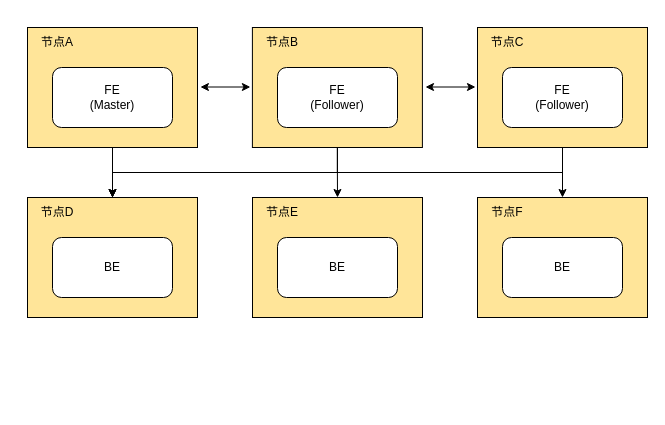
This is Doris部署方案-方案一.drawio from shaozc3g/draw_io, a draw.io file, before an edit. Source tidied: cells renumbered, new cells numbered last; positions are measured from the earlier drawing's top-left corner, leaving out a move shared by most shapes. Both pictures are drawn from the tidied source at 100%, with x=0, y=0 at pixel (27, 27).
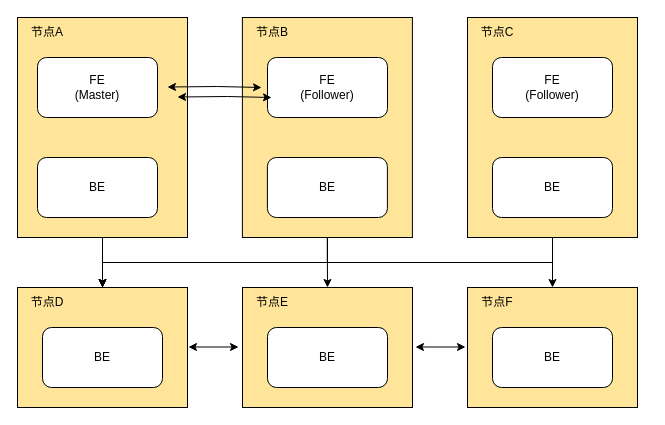
The same page after the edit.

Commit message (it also covers changes not shown here):
更新Doris部署方案-方案一.drawio

What changed in the source:
```diff
@@
     <mxCell id="3" style="rounded=0;whiteSpace=wrap;html=1;fillColor=#FFE599;" parent="1" vertex="1">
-      <mxGeometry width="170" height="120" as="geometry" />
+      <mxGeometry x="-10" y="-10" width="170" height="220" as="geometry" />
     </mxCell>
@@
     <mxCell id="6" style="rounded=0;whiteSpace=wrap;html=1;fillColor=#FFE599;" parent="1" vertex="1">
-      <mxGeometry x="224.9" width="170" height="120" as="geometry" />
+      <mxGeometry x="214.9" y="-10" width="170" height="220" as="geometry" />
     </mxCell>
@@
     <mxCell id="9" style="rounded=0;whiteSpace=wrap;html=1;fillColor=#FFE599;" parent="1" vertex="1">
-      <mxGeometry x="450" width="170" height="120" as="geometry" />
+      <mxGeometry x="440" y="-10" width="170" height="220" as="geometry" />
     </mxCell>
     <mxCell id="10" style="rounded=0;whiteSpace=wrap;html=1;fillColor=#FFE599;" parent="1" vertex="1">
-      <mxGeometry y="170" width="170" height="120" as="geometry" />
+      <mxGeometry x="-10" y="260" width="170" height="120" as="geometry" />
     </mxCell>
     <mxCell id="11" style="rounded=0;whiteSpace=wrap;html=1;fillColor=#FFE599;" parent="1" vertex="1">
-      <mxGeometry x="225" y="170" width="170" height="120" as="geometry" />
+      <mxGeometry x="215" y="260" width="170" height="120" as="geometry" />
     </mxCell>
     <mxCell id="12" style="rounded=0;whiteSpace=wrap;html=1;fillColor=#FFE599;" parent="1" vertex="1">
-      <mxGeometry x="450" y="170" width="170" height="120" as="geometry" />
+      <mxGeometry x="440" y="260" width="170" height="120" as="geometry" />
     </mxCell>
     <mxCell id="13" value="节点A" style="text;html=1;align=center;verticalAlign=middle;whiteSpace=wrap;rounded=0;" parent="1" vertex="1">
-      <mxGeometry width="60" height="30" as="geometry" />
+      <mxGeometry x="-10" y="-10" width="60" height="30" as="geometry" />
     </mxCell>
     <mxCell id="14" value="节点B" style="text;html=1;align=center;verticalAlign=middle;whiteSpace=wrap;rounded=0;" parent="1" vertex="1">
-      <mxGeometry x="224.9" width="60" height="30" as="geometry" />
+      <mxGeometry x="214.9" y="-10" width="60" height="30" as="geometry" />
     </mxCell>
     <mxCell id="15" value="节点C" style="text;html=1;align=center;verticalAlign=middle;whiteSpace=wrap;rounded=0;" parent="1" vertex="1">
-      <mxGeometry x="450" width="60" height="30" as="geometry" />
+      <mxGeometry x="440" y="-10" width="60" height="30" as="geometry" />
     </mxCell>
     <mxCell id="16" value="节点D" style="text;html=1;align=center;verticalAlign=middle;whiteSpace=wrap;rounded=0;" parent="1" vertex="1">
-      <mxGeometry y="170" width="60" height="30" as="geometry" />
+      <mxGeometry x="-10" y="260" width="60" height="30" as="geometry" />
     </mxCell>
     <mxCell id="17" value="节点E" style="text;html=1;align=center;verticalAlign=middle;whiteSpace=wrap;rounded=0;" parent="1" vertex="1">
-      <mxGeometry x="225" y="170" width="60" height="30" as="geometry" />
+      <mxGeometry x="215" y="260" width="60" height="30" as="geometry" />
     </mxCell>
     <mxCell id="18" value="节点F" style="text;html=1;align=center;verticalAlign=middle;whiteSpace=wrap;rounded=0;" parent="1" vertex="1">
-      <mxGeometry x="450" y="170" width="60" height="30" as="geometry" />
+      <mxGeometry x="440" y="260" width="60" height="30" as="geometry" />
     </mxCell>
     <mxCell id="19" value="FE&lt;div&gt;(Master)&lt;/div&gt;" style="rounded=1;whiteSpace=wrap;html=1;" parent="1" vertex="1">
-      <mxGeometry x="25" y="40" width="120" height="60" as="geometry" />
+      <mxGeometry x="10" y="30" width="120" height="60" as="geometry" />
     </mxCell>
     <mxCell id="20" value="FE&lt;div&gt;(Follower)&lt;/div&gt;" style="rounded=1;whiteSpace=wrap;html=1;" parent="1" vertex="1">
-      <mxGeometry x="250" y="40" width="120" height="60" as="geometry" />
+      <mxGeometry x="240" y="30" width="120" height="60" as="geometry" />
     </mxCell>
     <mxCell id="21" value="FE&lt;div&gt;(Follower)&lt;/div&gt;" style="rounded=1;whiteSpace=wrap;html=1;" parent="1" vertex="1">
-      <mxGeometry x="475" y="40" width="120" height="60" as="geometry" />
+      <mxGeometry x="465" y="30" width="120" height="60" as="geometry" />
     </mxCell>
     <mxCell id="22" value="BE" style="rounded=1;whiteSpace=wrap;html=1;" parent="1" vertex="1">
-      <mxGeometry x="25" y="210" width="120" height="60" as="geometry" />
+      <mxGeometry x="15" y="300" width="120" height="60" as="geometry" />
     </mxCell>
     <mxCell id="23" value="BE" style="rounded=1;whiteSpace=wrap;html=1;" parent="1" vertex="1">
-      <mxGeometry x="250" y="210" width="120" height="60" as="geometry" />
+      <mxGeometry x="240" y="300" width="120" height="60" as="geometry" />
     </mxCell>
     <mxCell id="24" value="BE" style="rounded=1;whiteSpace=wrap;html=1;" parent="1" vertex="1">
-      <mxGeometry x="475" y="210" width="120" height="60" as="geometry" />
+      <mxGeometry x="465" y="300" width="120" height="60" as="geometry" />
     </mxCell>
-    <mxCell id="25" style="endArrow=classic;startArrow=classic;html=1;rounded=0;" parent="1" edge="1">
-      <mxGeometry relative="1" as="geometry">
-        <mxPoint x="172.9" y="59.5" as="sourcePoint" />
-        <mxPoint x="222.9" y="59.5" as="targetPoint" />
-      </mxGeometry>
-    </mxCell>
-    <mxCell id="26" style="endArrow=classic;startArrow=classic;html=1;rounded=0;" parent="1" edge="1">
-      <mxGeometry relative="1" as="geometry">
-        <mxPoint x="398" y="59.5" as="sourcePoint" />
-        <mxPoint x="448" y="59.5" as="targetPoint" />
-      </mxGeometry>
-    </mxCell>
+    <mxCell id="27" style="endArrow=classic;startArrow=classic;html=1;rounded=0;" parent="1" edge="1">
+      <mxGeometry relative="1" as="geometry">
+        <mxPoint x="161" y="319.5" as="sourcePoint" />
+        <mxPoint x="211" y="319.5" as="targetPoint" />
+      </mxGeometry>
+    </mxCell>
+    <mxCell id="28" style="endArrow=classic;startArrow=classic;html=1;rounded=0;" parent="1" edge="1">
+      <mxGeometry relative="1" as="geometry">
+        <mxPoint x="388" y="319.5" as="sourcePoint" />
+        <mxPoint x="438" y="319.5" as="targetPoint" />
+      </mxGeometry>
+    </mxCell>
+    <mxCell id="29" value="BE" style="rounded=1;whiteSpace=wrap;html=1;" parent="1" vertex="1">
+      <mxGeometry x="10" y="130" width="120" height="60" as="geometry" />
+    </mxCell>
+    <mxCell id="30" value="BE" style="rounded=1;whiteSpace=wrap;html=1;" parent="1" vertex="1">
+      <mxGeometry x="239.9" y="130" width="120" height="60" as="geometry" />
+    </mxCell>
+    <mxCell id="31" value="BE" style="rounded=1;whiteSpace=wrap;html=1;" parent="1" vertex="1">
+      <mxGeometry x="465" y="130" width="120" height="60" as="geometry" />
+    </mxCell>
+    <mxCell id="32" style="endArrow=classic;startArrow=classic;html=1;rounded=0;entryX=0;entryY=0.5;entryDx=0;entryDy=0;" parent="1" edge="1">
+      <mxGeometry relative="1" as="geometry">
+        <mxPoint x="140" y="59.5" as="sourcePoint" />
+        <mxPoint x="234" y="60" as="targetPoint" />
+        <Array as="points">
+          <mxPoint x="190" y="59" />
+        </Array>
+      </mxGeometry>
+    </mxCell>
+    <mxCell id="33" style="endArrow=classic;startArrow=classic;html=1;rounded=0;entryX=0;entryY=0.5;entryDx=0;entryDy=0;" parent="1" edge="1">
+      <mxGeometry relative="1" as="geometry">
+        <mxPoint x="150" y="69.5" as="sourcePoint" />
+        <mxPoint x="244" y="70" as="targetPoint" />
+        <Array as="points">
+          <mxPoint x="200" y="69" />
+        </Array>
+      </mxGeometry>
+    </mxCell>
```
